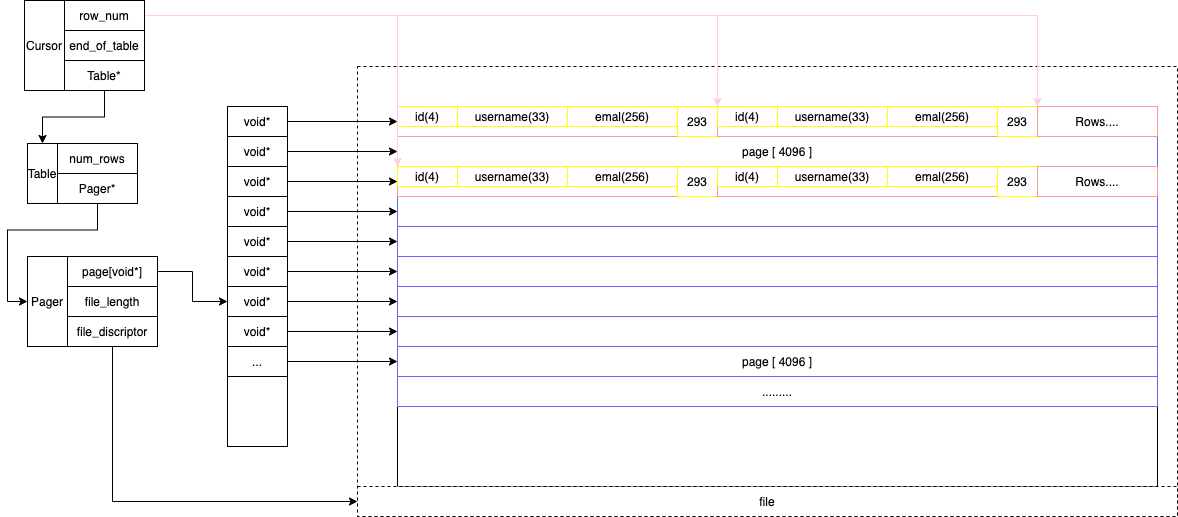
The draw.io diagram structure.drawio.png in Tonyce/simple_db_learn, before a commit. Source tidied: cells renumbered, new cells last; positions are measured from the earlier drawing's top-left corner, leaving out a move shared by most shapes.
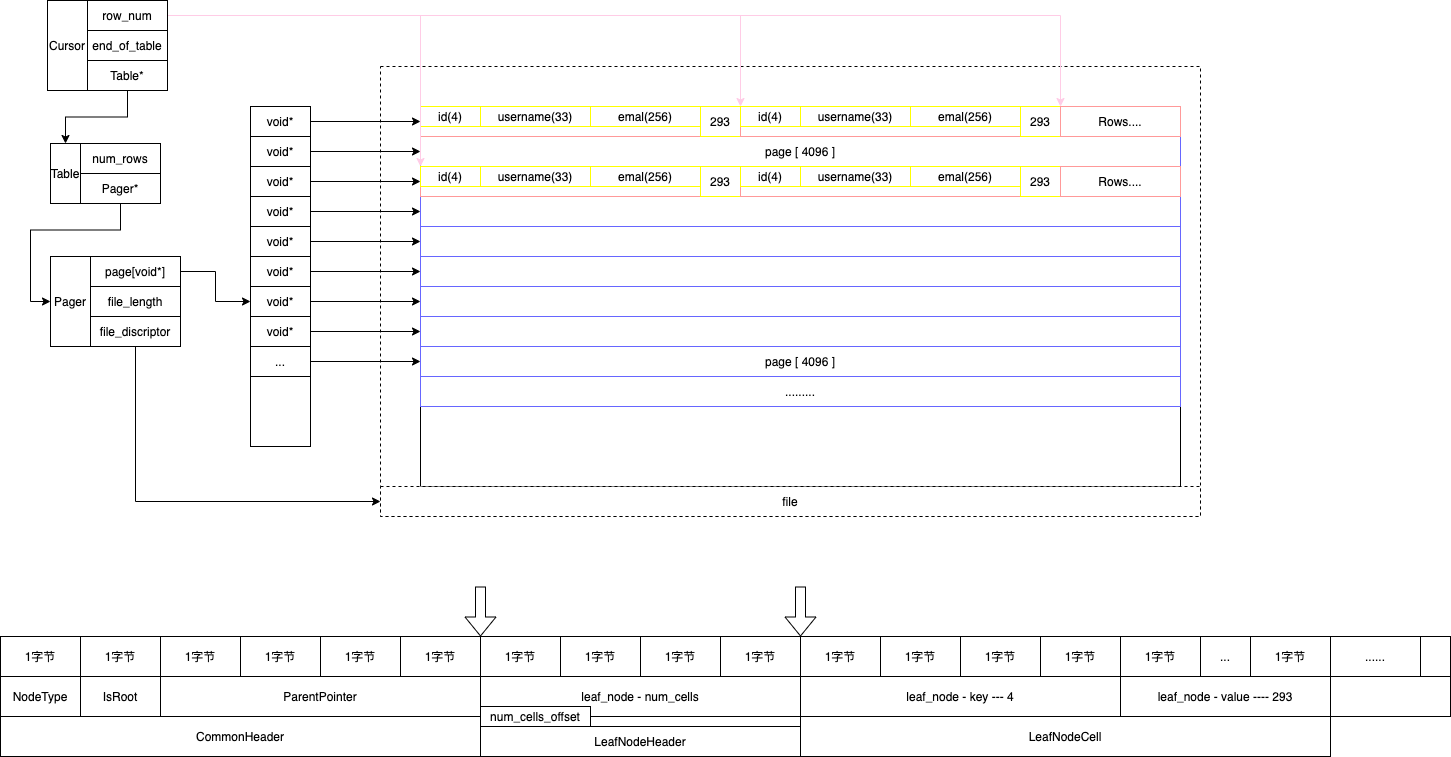
Later version of the same file.

What changed in the source:
```diff
@@ -234,5 +234,105 @@
     <mxCell id="77" value="Table*" style="rounded=0;whiteSpace=wrap;html=1;" parent="1" vertex="1">
       <mxGeometry x="40" y="60" width="80" height="30" as="geometry" />
     </mxCell>
+    <mxCell id="78" style="rounded=0;whiteSpace=wrap;html=1;" parent="1" vertex="1">
+      <mxGeometry x="-47" y="636" width="1450" height="40" as="geometry" />
+    </mxCell>
+    <mxCell id="79" value="1字节" style="rounded=0;whiteSpace=wrap;html=1;" parent="1" vertex="1">
+      <mxGeometry x="-47" y="636" width="80" height="40" as="geometry" />
+    </mxCell>
+    <mxCell id="80" value="1字节" style="rounded=0;whiteSpace=wrap;html=1;" parent="1" vertex="1">
+      <mxGeometry x="33" y="636" width="80" height="40" as="geometry" />
+    </mxCell>
+    <mxCell id="81" value="1字节" style="rounded=0;whiteSpace=wrap;html=1;" parent="1" vertex="1">
+      <mxGeometry x="113" y="636" width="80" height="40" as="geometry" />
+    </mxCell>
+    <mxCell id="82" value="1字节" style="rounded=0;whiteSpace=wrap;html=1;" parent="1" vertex="1">
+      <mxGeometry x="193" y="636" width="80" height="40" as="geometry" />
+    </mxCell>
+    <mxCell id="83" value="1字节" style="rounded=0;whiteSpace=wrap;html=1;" parent="1" vertex="1">
+      <mxGeometry x="273" y="636" width="80" height="40" as="geometry" />
+    </mxCell>
+    <mxCell id="84" value="1字节" style="rounded=0;whiteSpace=wrap;html=1;" parent="1" vertex="1">
+      <mxGeometry x="353" y="636" width="80" height="40" as="geometry" />
+    </mxCell>
+    <mxCell id="85" value="1字节" style="rounded=0;whiteSpace=wrap;html=1;" parent="1" vertex="1">
+      <mxGeometry x="433" y="636" width="80" height="40" as="geometry" />
+    </mxCell>
+    <mxCell id="86" value="1字节" style="rounded=0;whiteSpace=wrap;html=1;" parent="1" vertex="1">
+      <mxGeometry x="513" y="636" width="80" height="40" as="geometry" />
+    </mxCell>
+    <mxCell id="87" value="1字节" style="rounded=0;whiteSpace=wrap;html=1;" parent="1" vertex="1">
+      <mxGeometry x="593" y="636" width="80" height="40" as="geometry" />
+    </mxCell>
+    <mxCell id="88" value="1字节" style="rounded=0;whiteSpace=wrap;html=1;" parent="1" vertex="1">
+      <mxGeometry x="673" y="636" width="80" height="40" as="geometry" />
+    </mxCell>
+    <mxCell id="89" value="1字节" style="rounded=0;whiteSpace=wrap;html=1;" parent="1" vertex="1">
+      <mxGeometry x="753" y="636" width="80" height="40" as="geometry" />
+    </mxCell>
+    <mxCell id="90" value="1字节" style="rounded=0;whiteSpace=wrap;html=1;" parent="1" vertex="1">
+      <mxGeometry x="833" y="636" width="80" height="40" as="geometry" />
+    </mxCell>
+    <mxCell id="91" style="rounded=0;whiteSpace=wrap;html=1;" parent="1" vertex="1">
+      <mxGeometry x="-47" y="676" width="1450" height="40" as="geometry" />
+    </mxCell>
+    <mxCell id="92" value="NodeType" style="rounded=0;whiteSpace=wrap;html=1;" parent="1" vertex="1">
+      <mxGeometry x="-47" y="676" width="80" height="40" as="geometry" />
+    </mxCell>
+    <mxCell id="93" value="IsRoot" style="rounded=0;whiteSpace=wrap;html=1;" parent="1" vertex="1">
+      <mxGeometry x="33" y="676" width="80" height="40" as="geometry" />
+    </mxCell>
+    <mxCell id="94" value="ParentPointer" style="rounded=0;whiteSpace=wrap;html=1;" parent="1" vertex="1">
+      <mxGeometry x="113" y="676" width="320" height="40" as="geometry" />
+    </mxCell>
+    <mxCell id="95" value="CommonHeader" style="rounded=0;whiteSpace=wrap;html=1;" parent="1" vertex="1">
+      <mxGeometry x="-47" y="716" width="480" height="40" as="geometry" />
+    </mxCell>
+    <mxCell id="96" value="leaf_node - num_cells" style="rounded=0;whiteSpace=wrap;html=1;" parent="1" vertex="1">
+      <mxGeometry x="433" y="676" width="320" height="40" as="geometry" />
+    </mxCell>
+    <mxCell id="97" value="1字节" style="rounded=0;whiteSpace=wrap;html=1;" parent="1" vertex="1">
+      <mxGeometry x="913" y="636" width="80" height="40" as="geometry" />
+    </mxCell>
+    <mxCell id="98" value="1字节" style="rounded=0;whiteSpace=wrap;html=1;" parent="1" vertex="1">
+      <mxGeometry x="993" y="636" width="80" height="40" as="geometry" />
+    </mxCell>
+    <mxCell id="99" value="LeafNodeHeader" style="rounded=0;whiteSpace=wrap;html=1;" parent="1" vertex="1">
+      <mxGeometry x="433" y="726" width="320" height="30" as="geometry" />
+    </mxCell>
+    <mxCell id="100" value="1字节" style="rounded=0;whiteSpace=wrap;html=1;" parent="1" vertex="1">
+      <mxGeometry x="1073" y="636" width="80" height="40" as="geometry" />
+    </mxCell>
+    <mxCell id="101" value="leaf_node - key --- 4" style="rounded=0;whiteSpace=wrap;html=1;" parent="1" vertex="1">
+      <mxGeometry x="753" y="676" width="320" height="40" as="geometry" />
+    </mxCell>
+    <mxCell id="102" value="1字节" style="rounded=0;whiteSpace=wrap;html=1;" parent="1" vertex="1">
+      <mxGeometry x="1203" y="636" width="80" height="40" as="geometry" />
+    </mxCell>
+    <mxCell id="103" value="..." style="rounded=0;whiteSpace=wrap;html=1;" parent="1" vertex="1">
+      <mxGeometry x="1153" y="636" width="50" height="40" as="geometry" />
+    </mxCell>
+    <mxCell id="104" value="leaf_node - value ---- 293" style="rounded=0;whiteSpace=wrap;html=1;" parent="1" vertex="1">
+      <mxGeometry x="1073" y="676" width="210" height="40" as="geometry" />
+    </mxCell>
+    <mxCell id="105" style="shape=flexArrow;endArrow=classic;html=1;entryX=0;entryY=0;entryDx=0;entryDy=0;" parent="1" edge="1" target="85">
+      <mxGeometry relative="1" as="geometry">
+        <mxPoint x="433" y="586" as="sourcePoint" />
+      </mxGeometry>
+    </mxCell>
+    <mxCell id="106" style="shape=flexArrow;endArrow=classic;html=1;entryX=0;entryY=0;entryDx=0;entryDy=0;" parent="1" edge="1" target="89">
+      <mxGeometry relative="1" as="geometry">
+        <mxPoint x="753" y="586" as="sourcePoint" />
+      </mxGeometry>
+    </mxCell>
+    <mxCell id="107" value="LeafNodeCell" style="rounded=0;whiteSpace=wrap;html=1;" parent="1" vertex="1">
+      <mxGeometry x="753" y="716" width="530" height="40" as="geometry" />
+    </mxCell>
+    <mxCell id="108" value="num_cells_offset" style="rounded=0;whiteSpace=wrap;html=1;" parent="1" vertex="1">
+      <mxGeometry x="433" y="706" width="110" height="20" as="geometry" />
+    </mxCell>
+    <mxCell id="109" value="......" style="rounded=0;whiteSpace=wrap;html=1;" parent="1" vertex="1">
+      <mxGeometry x="1283" y="636" width="90" height="40" as="geometry" />
+    </mxCell>
   </root>
 </mxGraphModel>
```
